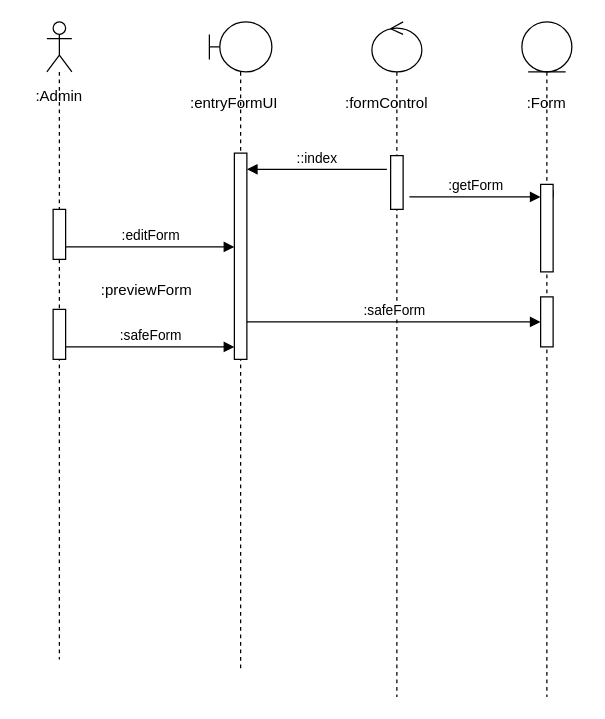
Above: Mini-Proj/Seq-MM-2.drawio in mahesri/uml_ads_sms3 (draw.io), before the change. Source tidied: cells renumbered, new cells numbered last; positions are measured from the earlier drawing's top-left corner, leaving out a move shared by most shapes. Both pictures are drawn from the tidied source at 125%, with x=0, y=0 at pixel (21, 21).
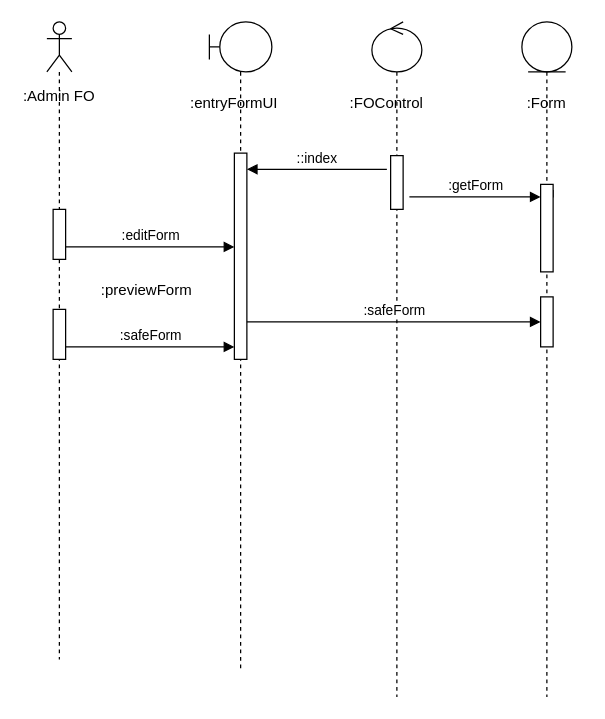
After the change.

The edit, as a diff of the source:
```diff
@@
-    <mxCell id="5" value=":formControl" style="text;html=1;strokeColor=none;fillColor=none;align=center;verticalAlign=middle;whiteSpace=wrap;rounded=0;" parent="1" vertex="1">
+    <mxCell id="5" value=":FOControl" style="text;html=1;strokeColor=none;fillColor=none;align=center;verticalAlign=middle;whiteSpace=wrap;rounded=0;" parent="1" vertex="1">
       <mxGeometry x="262" y="50" width="60" height="30" as="geometry" />
     </mxCell>
@@
-    <mxCell id="7" value=":Admin" style="text;html=1;strokeColor=none;fillColor=none;align=center;verticalAlign=middle;whiteSpace=wrap;rounded=0;" parent="1" vertex="1">
+    <mxCell id="7" value=":Admin FO" style="text;html=1;strokeColor=none;fillColor=none;align=center;verticalAlign=middle;whiteSpace=wrap;rounded=0;" parent="1" vertex="1">
       <mxGeometry y="45" width="60" height="30" as="geometry" />
     </mxCell>
```
